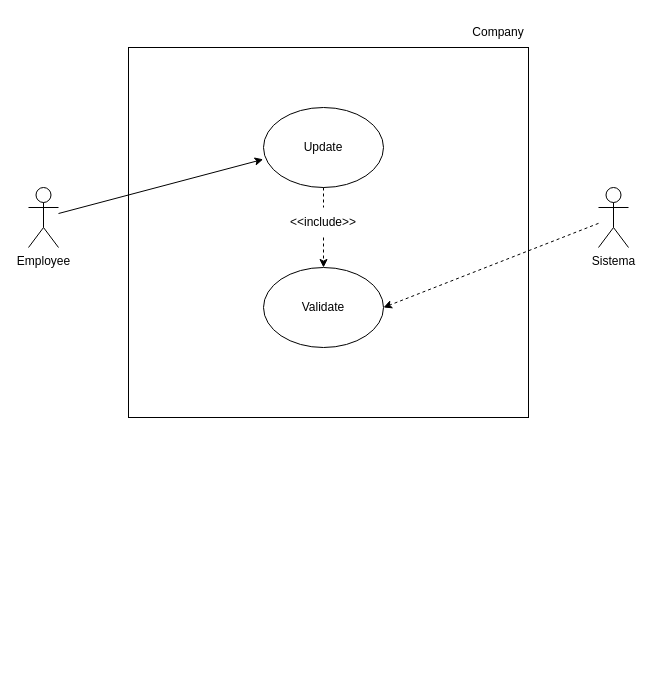
YtaloCampos/clean-menu-food-system keeps this draw.io diagram as documentation/use-case_diagram.drawio. Above is the earlier version. Source tidied: cells renumbered, new cells numbered last; positions are measured from the earlier drawing's top-left corner, leaving out a move shared by most shapes. Both pictures are drawn from the tidied source at 100%, with x=0, y=0 at pixel (28, 17).
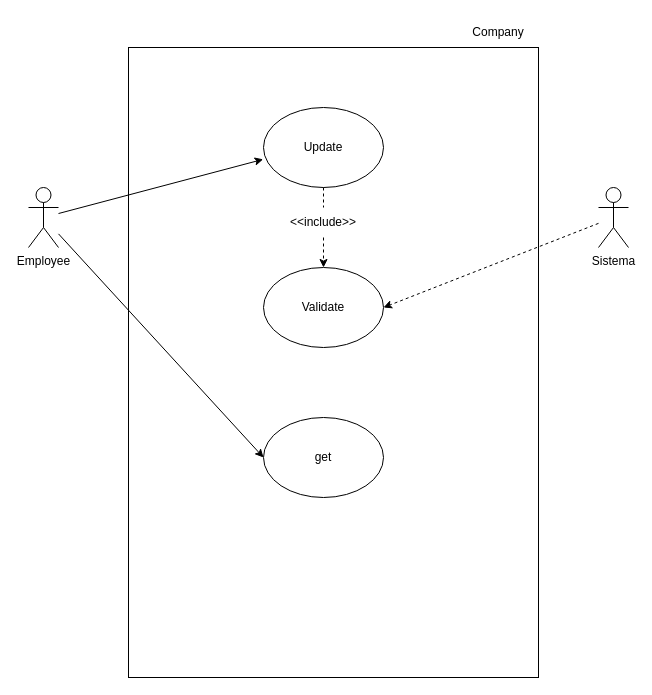
The same diagram, later.

Commit message:
docs: adds new use case

Change to the diagram source:
```diff
@@
 <mxGraphModel>
   <root>
     <mxCell id="0" />
     <mxCell id="1" parent="0" />
     <mxCell id="2" style="rounded=0;whiteSpace=wrap;html=1;" parent="1" vertex="1">
-      <mxGeometry x="100" y="30" width="400" height="370" as="geometry" />
+      <mxGeometry x="100" y="30" width="410" height="630" as="geometry" />
     </mxCell>
     <mxCell id="3" style="edgeStyle=none;html=1;entryX=-0.003;entryY=0.648;entryDx=0;entryDy=0;entryPerimeter=0;" parent="1" edge="1" source="4" target="6">
       <mxGeometry relative="1" as="geometry" />
     </mxCell>
+    <mxCell id="13" style="edgeStyle=none;html=1;entryX=0;entryY=0.5;entryDx=0;entryDy=0;" parent="1" edge="1" source="4" target="14">
+      <mxGeometry relative="1" as="geometry" />
+    </mxCell>
     <mxCell id="4" value="Employee" style="shape=umlActor;verticalLabelPosition=bottom;verticalAlign=top;html=1;outlineConnect=0;fontStyle=0;" parent="1" vertex="1">
       <mxGeometry y="170" width="30" height="60" as="geometry" />
     </mxCell>
     <mxCell id="5" style="edgeStyle=none;html=1;entryX=0.5;entryY=0;entryDx=0;entryDy=0;dashed=1;startArrow=none;" parent="1" edge="1" source="11" target="10">
       <mxGeometry relative="1" as="geometry" />
     </mxCell>
     <mxCell id="6" value="Update" style="ellipse;whiteSpace=wrap;html=1;" parent="1" vertex="1">
       <mxGeometry x="235" y="90" width="120" height="80" as="geometry" />
     </mxCell>
     <mxCell id="7" value="Company" style="text;html=1;strokeColor=none;fillColor=none;align=center;verticalAlign=middle;whiteSpace=wrap;rounded=0;" parent="1" vertex="1">
       <mxGeometry x="440" width="60" height="30" as="geometry" />
     </mxCell>
     <mxCell id="8" style="edgeStyle=none;html=1;entryX=1;entryY=0.5;entryDx=0;entryDy=0;dashed=1;" parent="1" edge="1" source="9" target="10">
       <mxGeometry relative="1" as="geometry" />
     </mxCell>
     <mxCell id="9" value="Sistema" style="shape=umlActor;verticalLabelPosition=bottom;verticalAlign=top;html=1;outlineConnect=0;fontStyle=0;" parent="1" vertex="1">
       <mxGeometry x="570" y="170" width="30" height="60" as="geometry" />
     </mxCell>
     <mxCell id="10" value="Validate" style="ellipse;whiteSpace=wrap;html=1;" parent="1" vertex="1">
       <mxGeometry x="235" y="250" width="120" height="80" as="geometry" />
     </mxCell>
     <mxCell id="11" value="&amp;lt;&amp;lt;include&amp;gt;&amp;gt;" style="text;html=1;strokeColor=none;fillColor=none;align=center;verticalAlign=middle;whiteSpace=wrap;rounded=0;" parent="1" vertex="1">
       <mxGeometry x="265" y="190" width="60" height="30" as="geometry" />
     </mxCell>
     <mxCell id="12" style="edgeStyle=none;html=1;entryX=0.5;entryY=0;entryDx=0;entryDy=0;dashed=1;endArrow=none;" parent="1" edge="1" source="6" target="11">
       <mxGeometry relative="1" as="geometry" />
     </mxCell>
+    <mxCell id="14" value="get" style="ellipse;whiteSpace=wrap;html=1;" parent="1" vertex="1">
+      <mxGeometry x="235" y="400" width="120" height="80" as="geometry" />
+    </mxCell>
   </root>
 </mxGraphModel>
```
